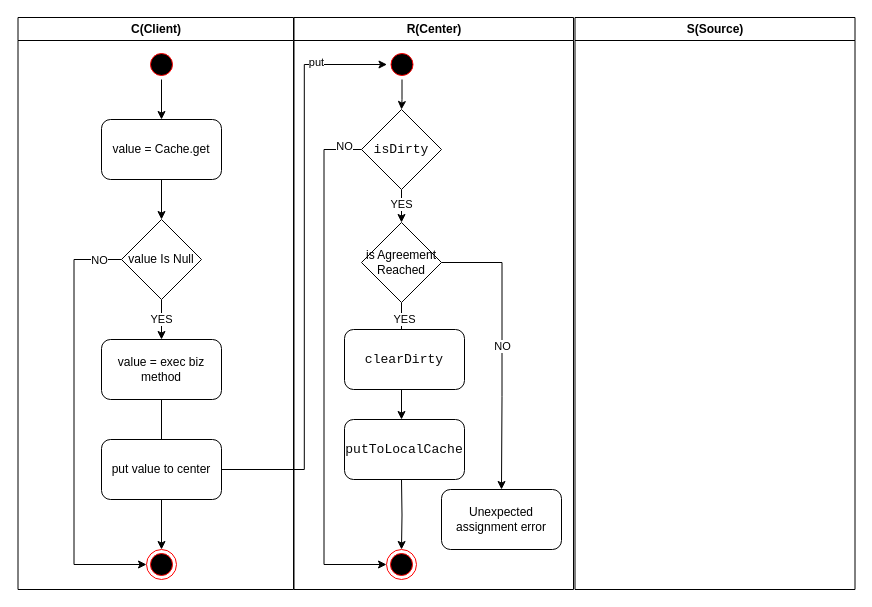
lidonge/cache keeps this draw.io diagram as page "client.get" (2 of 3) of docs/activities.drawio. Above is the earlier version. Source tidied: cells renumbered, new cells numbered last; positions are measured from the earlier drawing's top-left corner, leaving out a move shared by most shapes. Both pictures are drawn from the tidied source at 100%, with x=0, y=0 at pixel (17, 17).
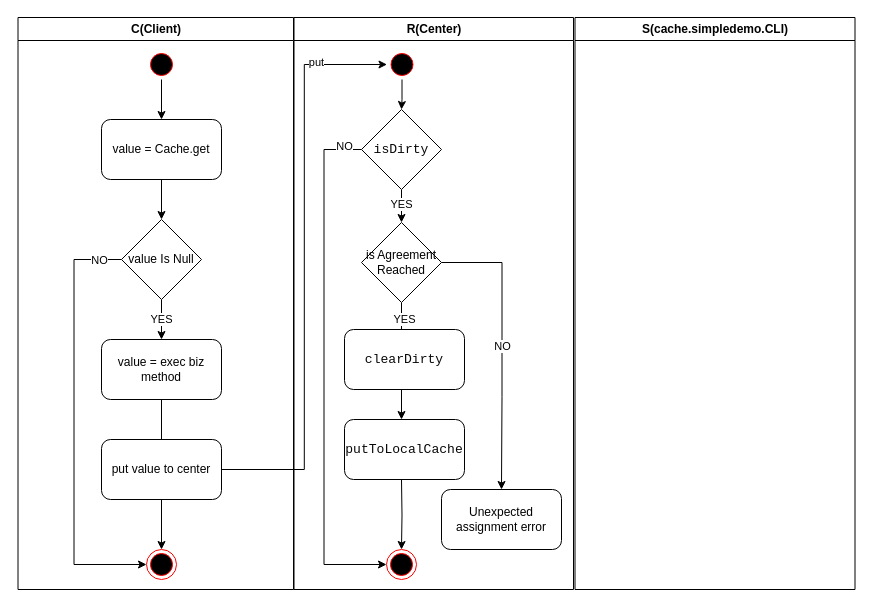
Above is the later version.

Change to the diagram source:
```diff
@@
-    <mxCell id="32" value="S(Source)" style="swimlane;whiteSpace=wrap;" parent="1" vertex="1">
+    <mxCell id="32" value="S(cache.simpledemo.CLI)" style="swimlane;whiteSpace=wrap;" parent="1" vertex="1">
       <mxGeometry x="557.5" width="280" height="572" as="geometry" />
     </mxCell>
```
